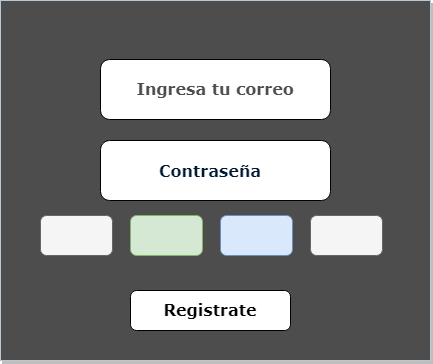
Above: wireframe/login_DH_Venture_Capitals.png in Fe24Le/Grupo-3-DH_Venture_Capitals (draw.io), before the change. Source tidied: cells renumbered, new cells last; positions are measured from the earlier drawing's top-left corner, leaving out a move shared by most shapes.
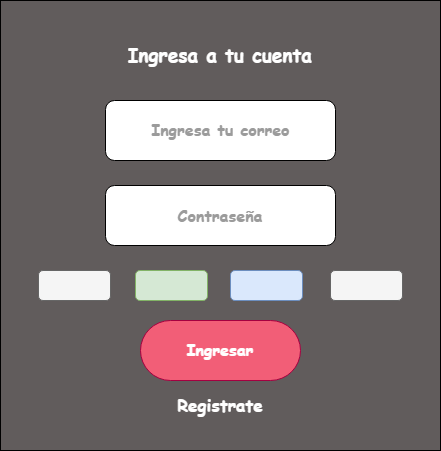
Above is the later version.

What changed in the source:
```diff
@@ -2,20 +2,20 @@
   <root>
     <mxCell id="0" />
     <mxCell id="1" parent="0" />
-    <mxCell id="2" style="rounded=0;whiteSpace=wrap;html=1;fontSize=16;labelBackgroundColor=none;fillColor=#4D4D4D;strokeColor=#BAC8D3;fontColor=#EEEEEE;glass=0;shadow=1;" parent="1" vertex="1">
-      <mxGeometry width="430" height="360" as="geometry" />
+    <mxCell id="2" style="rounded=0;whiteSpace=wrap;html=1;fontSize=16;labelBackgroundColor=none;fillColor=#615C5C;strokeColor=default;fontColor=#EEEEEE;glass=0;shadow=0;gradientColor=none;gradientDirection=north;" parent="1" vertex="1">
+      <mxGeometry width="440" height="450" as="geometry" />
     </mxCell>
     <mxCell id="3" style="rounded=1;whiteSpace=wrap;html=1;fontSize=16;labelBackgroundColor=none;fillColor=#f5f5f5;fontColor=#333333;strokeColor=#666666;" parent="1" vertex="1">
-      <mxGeometry x="40" y="215" width="72" height="40" as="geometry" />
+      <mxGeometry x="38" y="270" width="72" height="30" as="geometry" />
     </mxCell>
     <mxCell id="4" style="rounded=1;whiteSpace=wrap;html=1;fontSize=16;labelBackgroundColor=none;fillColor=#d5e8d4;strokeColor=#82b366;" parent="1" vertex="1">
-      <mxGeometry x="130" y="215" width="72" height="40" as="geometry" />
+      <mxGeometry x="135" y="270" width="72" height="30" as="geometry" />
     </mxCell>
     <mxCell id="5" style="rounded=1;whiteSpace=wrap;html=1;fontSize=16;labelBackgroundColor=none;fillColor=#dae8fc;strokeColor=#6c8ebf;" parent="1" vertex="1">
-      <mxGeometry x="220" y="215" width="72" height="40" as="geometry" />
+      <mxGeometry x="230" y="270" width="72" height="30" as="geometry" />
     </mxCell>
     <mxCell id="6" style="rounded=1;whiteSpace=wrap;html=1;fontSize=16;labelBackgroundColor=none;fillColor=#f5f5f5;fontColor=#333333;strokeColor=#666666;" parent="1" vertex="1">
-      <mxGeometry x="310" y="215" width="72" height="40" as="geometry" />
+      <mxGeometry x="330" y="270" width="72" height="30" as="geometry" />
     </mxCell>
     <mxCell id="7" style="edgeStyle=none;curved=1;rounded=0;orthogonalLoop=1;jettySize=auto;html=1;exitX=0.5;exitY=0;exitDx=0;exitDy=0;fontSize=12;startSize=8;endSize=8;labelBackgroundColor=none;strokeColor=#0B4D6A;fontColor=default;" parent="1" edge="1">
       <mxGeometry relative="1" as="geometry">
@@ -24,19 +24,25 @@
       </mxGeometry>
     </mxCell>
     <mxCell id="8" style="rounded=1;whiteSpace=wrap;html=1;fontSize=16;fontFamily=Georgia;" parent="1" vertex="1">
-      <mxGeometry x="100" y="59" width="230" height="60" as="geometry" />
+      <mxGeometry x="105" y="100" width="230" height="60" as="geometry" />
     </mxCell>
     <mxCell id="9" style="rounded=1;whiteSpace=wrap;html=1;fontSize=16;" parent="1" vertex="1">
-      <mxGeometry x="100" y="140" width="230" height="60" as="geometry" />
+      <mxGeometry x="105" y="185" width="230" height="60" as="geometry" />
     </mxCell>
-    <mxCell id="10" value="&lt;font face=&quot;Verdana&quot;&gt;Ingresa tu correo&lt;/font&gt;" style="text;strokeColor=none;fillColor=none;html=1;align=center;verticalAlign=middle;whiteSpace=wrap;rounded=0;fontSize=16;fontColor=#4D4D4D;fontStyle=1;" parent="1" vertex="1">
-      <mxGeometry x="110" y="74" width="210" height="30" as="geometry" />
+    <mxCell id="10" value="&lt;font face=&quot;Comic Sans MS&quot;&gt;Ingresa tu correo&lt;/font&gt;" style="text;strokeColor=none;fillColor=none;html=1;align=center;verticalAlign=middle;rounded=0;fontSize=16;fontColor=#9b9b9b;fontStyle=1;labelBorderColor=none;labelBackgroundColor=default;" parent="1" vertex="1">
+      <mxGeometry x="115" y="115" width="210" height="30" as="geometry" />
     </mxCell>
-    <mxCell id="11" value="&lt;font color=&quot;#001933&quot;&gt;Contraseña&lt;/font&gt;" style="text;strokeColor=none;fillColor=none;html=1;align=center;verticalAlign=middle;whiteSpace=wrap;rounded=0;fontSize=16;fontColor=#EEEEEE;fontFamily=Verdana;fontStyle=1;" parent="1" vertex="1">
-      <mxGeometry x="130" y="155" width="160" height="30" as="geometry" />
+    <mxCell id="11" value="&lt;font face=&quot;Comic Sans MS&quot;&gt;Contraseña&lt;/font&gt;" style="text;strokeColor=none;fillColor=none;html=1;align=center;verticalAlign=middle;whiteSpace=wrap;rounded=0;fontSize=16;fontColor=#9b9b9b;fontFamily=Verdana;fontStyle=1;" parent="1" vertex="1">
+      <mxGeometry x="140" y="200" width="160" height="30" as="geometry" />
     </mxCell>
-    <mxCell id="12" value="&lt;font face=&quot;Verdana&quot;&gt;&lt;b&gt;Registrate&lt;/b&gt;&lt;/font&gt;" style="rounded=1;whiteSpace=wrap;html=1;fontSize=16;" parent="1" vertex="1">
-      <mxGeometry x="130" y="290" width="160" height="40" as="geometry" />
+    <mxCell id="12" value="&lt;b style=&quot;&quot;&gt;&lt;font color=&quot;#ffffff&quot; face=&quot;Comic Sans MS&quot;&gt;Ingresar&lt;/font&gt;&lt;/b&gt;" style="rounded=1;whiteSpace=wrap;html=1;fontSize=16;strokeColor=#A50040;labelBackgroundColor=none;labelBorderColor=none;arcSize=50;fillColor=#F25E77;fontColor=default;" parent="1" vertex="1">
+      <mxGeometry x="140" y="320" width="160" height="60" as="geometry" />
     </mxCell>
+    <mxCell id="13" value="&lt;b&gt;&lt;font color=&quot;#ffffff&quot; face=&quot;Comic Sans MS&quot; style=&quot;font-size: 19px;&quot;&gt;Ingresa a tu cuenta&lt;/font&gt;&lt;/b&gt;" style="text;html=1;align=center;verticalAlign=middle;whiteSpace=wrap;rounded=0;fontSize=16;" parent="1" vertex="1">
+      <mxGeometry x="70" y="30" width="300" height="50" as="geometry" />
+    </mxCell>
+    <mxCell id="14" value="&lt;b&gt;&lt;font color=&quot;#ffffff&quot; face=&quot;Comic Sans MS&quot; style=&quot;font-size: 17px;&quot;&gt;Registrate&lt;/font&gt;&lt;/b&gt;" style="text;strokeColor=none;fillColor=none;html=1;align=center;verticalAlign=middle;whiteSpace=wrap;rounded=0;fontSize=16;" parent="1" vertex="1">
+      <mxGeometry x="75" y="390" width="290" height="30" as="geometry" />
+    </mxCell>
   </root>
 </mxGraphModel>
```
